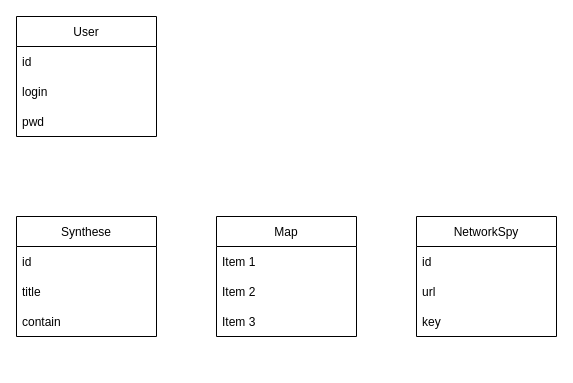
Earlier version of the draw.io diagram ShemaBDD.drawio (GilletPaul/DRM-ETNA). Source tidied: cells renumbered, new cells numbered last; positions are measured from the earlier drawing's top-left corner, leaving out a move shared by most shapes. Both pictures are drawn from the tidied source at 100%, with x=0, y=0 at pixel (16, 16).
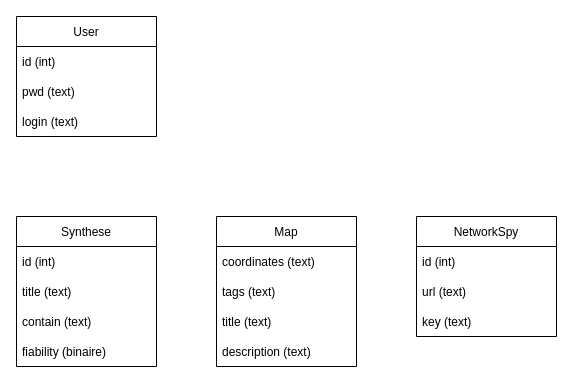
The same page after the edit.

Change to the diagram source:
```diff
@@
 <mxGraphModel>
   <root>
     <mxCell id="0" />
     <mxCell id="1" parent="0" />
     <mxCell id="2" value="User" style="swimlane;fontStyle=0;horizontal=1;startSize=30;" parent="1" vertex="1">
       <mxGeometry width="140" height="120" as="geometry" />
     </mxCell>
-    <mxCell id="3" value="id" style="text;strokeColor=none;fillColor=none;align=left;verticalAlign=middle;spacingLeft=4;spacingRight=4;overflow=hidden;" parent="2" vertex="1">
+    <mxCell id="3" value="id (int)" style="text;strokeColor=none;fillColor=none;align=left;verticalAlign=middle;spacingLeft=4;spacingRight=4;overflow=hidden;" parent="2" vertex="1">
       <mxGeometry y="30" width="140" height="30" as="geometry" />
     </mxCell>
+    <mxCell id="5" value="pwd (text)" style="text;strokeColor=none;fillColor=none;align=left;verticalAlign=middle;spacingLeft=4;spacingRight=4;overflow=hidden;" parent="2" vertex="1">
+      <mxGeometry y="60" width="140" height="30" as="geometry" />
+    </mxCell>
-    <mxCell id="4" value="login" style="text;strokeColor=none;fillColor=none;align=left;verticalAlign=middle;spacingLeft=4;spacingRight=4;overflow=hidden;" parent="2" vertex="1">
-      <mxGeometry y="60" width="140" height="30" as="geometry" />
+    <mxCell id="4" value="login (text)" style="text;strokeColor=none;fillColor=none;align=left;verticalAlign=middle;spacingLeft=4;spacingRight=4;overflow=hidden;" parent="2" vertex="1">
+      <mxGeometry y="90" width="140" height="30" as="geometry" />
     </mxCell>
-    <mxCell id="5" value="pwd" style="text;strokeColor=none;fillColor=none;align=left;verticalAlign=middle;spacingLeft=4;spacingRight=4;overflow=hidden;" parent="2" vertex="1">
-      <mxGeometry y="90" width="140" height="30" as="geometry" />
-    </mxCell>
     <mxCell id="6" value="Synthese" style="swimlane;fontStyle=0;horizontal=1;startSize=30;" parent="1" vertex="1">
-      <mxGeometry y="200" width="140" height="120" as="geometry" />
+      <mxGeometry y="200" width="140" height="150" as="geometry" />
     </mxCell>
-    <mxCell id="7" value="id" style="text;strokeColor=none;fillColor=none;align=left;verticalAlign=middle;spacingLeft=4;spacingRight=4;overflow=hidden;" parent="6" vertex="1">
+    <mxCell id="7" value="id (int)" style="text;strokeColor=none;fillColor=none;align=left;verticalAlign=middle;spacingLeft=4;spacingRight=4;overflow=hidden;" parent="6" vertex="1">
       <mxGeometry y="30" width="140" height="30" as="geometry" />
     </mxCell>
-    <mxCell id="8" value="title" style="text;strokeColor=none;fillColor=none;align=left;verticalAlign=middle;spacingLeft=4;spacingRight=4;overflow=hidden;" parent="6" vertex="1">
+    <mxCell id="8" value="title (text)" style="text;strokeColor=none;fillColor=none;align=left;verticalAlign=middle;spacingLeft=4;spacingRight=4;overflow=hidden;" parent="6" vertex="1">
       <mxGeometry y="60" width="140" height="30" as="geometry" />
     </mxCell>
-    <mxCell id="9" value="contain" style="text;strokeColor=none;fillColor=none;align=left;verticalAlign=middle;spacingLeft=4;spacingRight=4;overflow=hidden;" parent="6" vertex="1">
+    <mxCell id="9" value="contain (text)" style="text;strokeColor=none;fillColor=none;align=left;verticalAlign=middle;spacingLeft=4;spacingRight=4;overflow=hidden;" parent="6" vertex="1">
       <mxGeometry y="90" width="140" height="30" as="geometry" />
     </mxCell>
+    <mxCell id="18" value="fiability (binaire)" style="text;strokeColor=none;fillColor=none;align=left;verticalAlign=middle;spacingLeft=4;spacingRight=4;overflow=hidden;" parent="6" vertex="1">
+      <mxGeometry y="120" width="140" height="30" as="geometry" />
+    </mxCell>
     <mxCell id="10" value="Map" style="swimlane;fontStyle=0;horizontal=1;startSize=30;" parent="1" vertex="1">
-      <mxGeometry x="200" y="200" width="140" height="120" as="geometry" />
+      <mxGeometry x="200" y="200" width="140" height="150" as="geometry" />
     </mxCell>
-    <mxCell id="11" value="Item 1" style="text;strokeColor=none;fillColor=none;align=left;verticalAlign=middle;spacingLeft=4;spacingRight=4;overflow=hidden;" parent="10" vertex="1">
+    <mxCell id="11" value="coordinates (text)" style="text;strokeColor=none;fillColor=none;align=left;verticalAlign=middle;spacingLeft=4;spacingRight=4;overflow=hidden;" parent="10" vertex="1">
       <mxGeometry y="30" width="140" height="30" as="geometry" />
     </mxCell>
-    <mxCell id="12" value="Item 2" style="text;strokeColor=none;fillColor=none;align=left;verticalAlign=middle;spacingLeft=4;spacingRight=4;overflow=hidden;" parent="10" vertex="1">
+    <mxCell id="12" value="tags (text)" style="text;strokeColor=none;fillColor=none;align=left;verticalAlign=middle;spacingLeft=4;spacingRight=4;overflow=hidden;" parent="10" vertex="1">
       <mxGeometry y="60" width="140" height="30" as="geometry" />
     </mxCell>
-    <mxCell id="13" value="Item 3" style="text;strokeColor=none;fillColor=none;align=left;verticalAlign=middle;spacingLeft=4;spacingRight=4;overflow=hidden;" parent="10" vertex="1">
+    <mxCell id="13" value="title (text)" style="text;strokeColor=none;fillColor=none;align=left;verticalAlign=middle;spacingLeft=4;spacingRight=4;overflow=hidden;" parent="10" vertex="1">
       <mxGeometry y="90" width="140" height="30" as="geometry" />
     </mxCell>
+    <mxCell id="19" value="description (text)" style="text;strokeColor=none;fillColor=none;align=left;verticalAlign=middle;spacingLeft=4;spacingRight=4;overflow=hidden;" parent="10" vertex="1">
+      <mxGeometry y="120" width="140" height="30" as="geometry" />
+    </mxCell>
     <mxCell id="14" value="NetworkSpy" style="swimlane;fontStyle=0;horizontal=1;startSize=30;" parent="1" vertex="1">
       <mxGeometry x="400" y="200" width="140" height="120" as="geometry" />
     </mxCell>
-    <mxCell id="15" value="id" style="text;strokeColor=none;fillColor=none;align=left;verticalAlign=middle;spacingLeft=4;spacingRight=4;overflow=hidden;" parent="14" vertex="1">
+    <mxCell id="15" value="id (int)" style="text;strokeColor=none;fillColor=none;align=left;verticalAlign=middle;spacingLeft=4;spacingRight=4;overflow=hidden;" parent="14" vertex="1">
       <mxGeometry y="30" width="140" height="30" as="geometry" />
     </mxCell>
-    <mxCell id="16" value="url" style="text;strokeColor=none;fillColor=none;align=left;verticalAlign=middle;spacingLeft=4;spacingRight=4;overflow=hidden;" parent="14" vertex="1">
+    <mxCell id="16" value="url (text)" style="text;strokeColor=none;fillColor=none;align=left;verticalAlign=middle;spacingLeft=4;spacingRight=4;overflow=hidden;" parent="14" vertex="1">
       <mxGeometry y="60" width="140" height="30" as="geometry" />
     </mxCell>
-    <mxCell id="17" value="key" style="text;strokeColor=none;fillColor=none;align=left;verticalAlign=middle;spacingLeft=4;spacingRight=4;overflow=hidden;" parent="14" vertex="1">
+    <mxCell id="17" value="key (text)" style="text;strokeColor=none;fillColor=none;align=left;verticalAlign=middle;spacingLeft=4;spacingRight=4;overflow=hidden;" parent="14" vertex="1">
       <mxGeometry y="90" width="140" height="30" as="geometry" />
     </mxCell>
   </root>
 </mxGraphModel>
```
